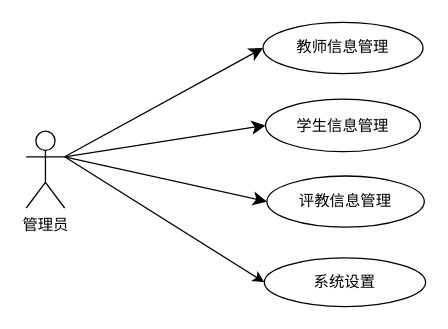
The draw.io diagram page "管理员" (1 of 7) of 未命名绘图.drawio in mao-user/2024code, before the edit. Source tidied: cells renumbered, new cells numbered last; positions are measured from the earlier drawing's top-left corner, leaving out a move shared by most shapes. Both pictures are drawn from the tidied source at 128%, with x=0, y=0 at pixel (26, 22).
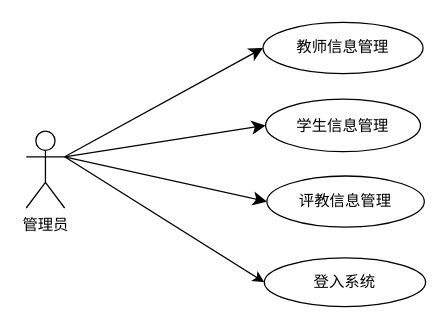
Above is the later version.

Diff of the diagram source:
```diff
@@
 <mxGraphModel>
   <root>
     <mxCell id="0" />
     <mxCell id="1" parent="0" />
     <mxCell id="2" style="edgeStyle=none;curved=1;rounded=0;jettySize=auto;html=1;exitX=1;exitY=0.3333333333333333;exitDx=0;exitDy=0;exitPerimeter=0;entryX=0;entryY=0.5;entryDx=0;entryDy=0;fontSize=12;startSize=8;endSize=8;" parent="1" edge="1" source="6" target="7">
       <mxGeometry relative="1" as="geometry" />
     </mxCell>
     <mxCell id="3" style="edgeStyle=none;curved=1;rounded=0;jettySize=auto;html=1;exitX=1;exitY=0.3333333333333333;exitDx=0;exitDy=0;exitPerimeter=0;entryX=0;entryY=0.5;entryDx=0;entryDy=0;fontSize=12;startSize=8;endSize=8;" parent="1" edge="1" source="6" target="8">
       <mxGeometry relative="1" as="geometry" />
     </mxCell>
     <mxCell id="4" style="edgeStyle=none;curved=1;rounded=0;jettySize=auto;html=1;exitX=1;exitY=0.3333333333333333;exitDx=0;exitDy=0;exitPerimeter=0;entryX=0;entryY=0.5;entryDx=0;entryDy=0;fontSize=12;startSize=8;endSize=8;" parent="1" edge="1" source="6" target="9">
       <mxGeometry relative="1" as="geometry" />
     </mxCell>
     <mxCell id="5" style="edgeStyle=none;rounded=0;jettySize=auto;html=1;exitX=1;exitY=0.3333333333333333;exitDx=0;exitDy=0;exitPerimeter=0;entryX=0;entryY=0.5;entryDx=0;entryDy=0;" parent="1" edge="1" source="6" target="10">
       <mxGeometry relative="1" as="geometry" />
     </mxCell>
     <mxCell id="6" value="管理员" style="shape=umlActor;verticalLabelPosition=bottom;verticalAlign=top;html=1;outlineConnect=0;" parent="1" vertex="1">
       <mxGeometry y="85" width="30" height="60" as="geometry" />
     </mxCell>
     <mxCell id="7" value="教师信息管理" style="ellipse;whiteSpace=wrap;html=1;" parent="1" vertex="1">
       <mxGeometry x="185" width="125" height="40" as="geometry" />
     </mxCell>
     <mxCell id="8" value="学生信息管理" style="ellipse;whiteSpace=wrap;html=1;" parent="1" vertex="1">
       <mxGeometry x="187" y="60" width="121" height="41" as="geometry" />
     </mxCell>
     <mxCell id="9" value="评教信息管理" style="ellipse;whiteSpace=wrap;html=1;" parent="1" vertex="1">
       <mxGeometry x="188" y="120" width="123" height="40" as="geometry" />
     </mxCell>
-    <mxCell id="10" value="系统设置" style="ellipse;whiteSpace=wrap;html=1;" parent="1" vertex="1">
+    <mxCell id="10" value="登入系统" style="ellipse;whiteSpace=wrap;html=1;" parent="1" vertex="1">
       <mxGeometry x="186" y="184" width="126" height="38" as="geometry" />
     </mxCell>
   </root>
 </mxGraphModel>
```
